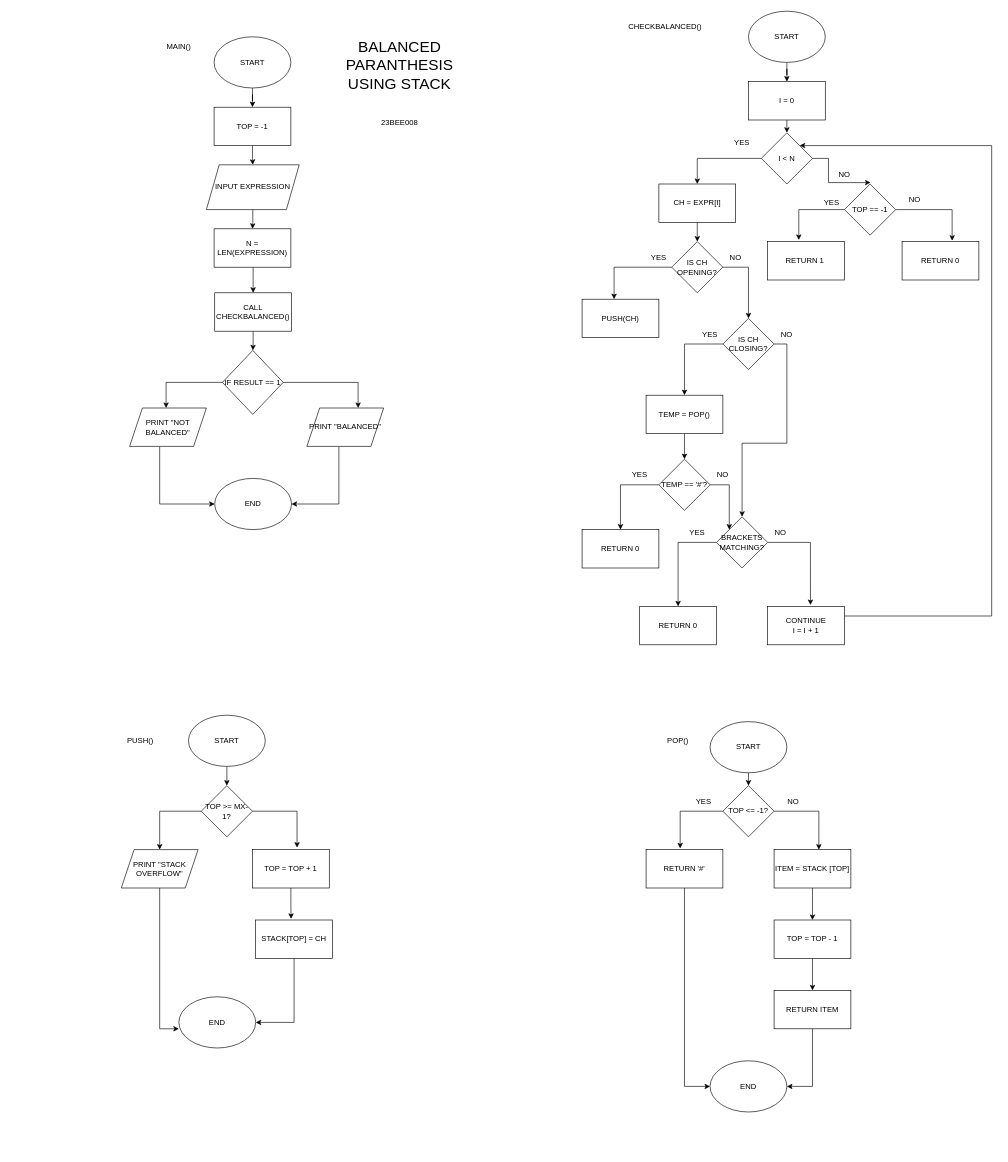
ahamril2265/DSA-LABS keeps this draw.io diagram as BALANCED_PARANTHESIS.drawio. Above is the earlier version. Source tidied: cells renumbered, new cells numbered last; positions are measured from the earlier drawing's top-left corner, leaving out a move shared by most shapes. Both pictures are drawn from the tidied source at 64%, with x=0, y=0 at pixel (121, 11).
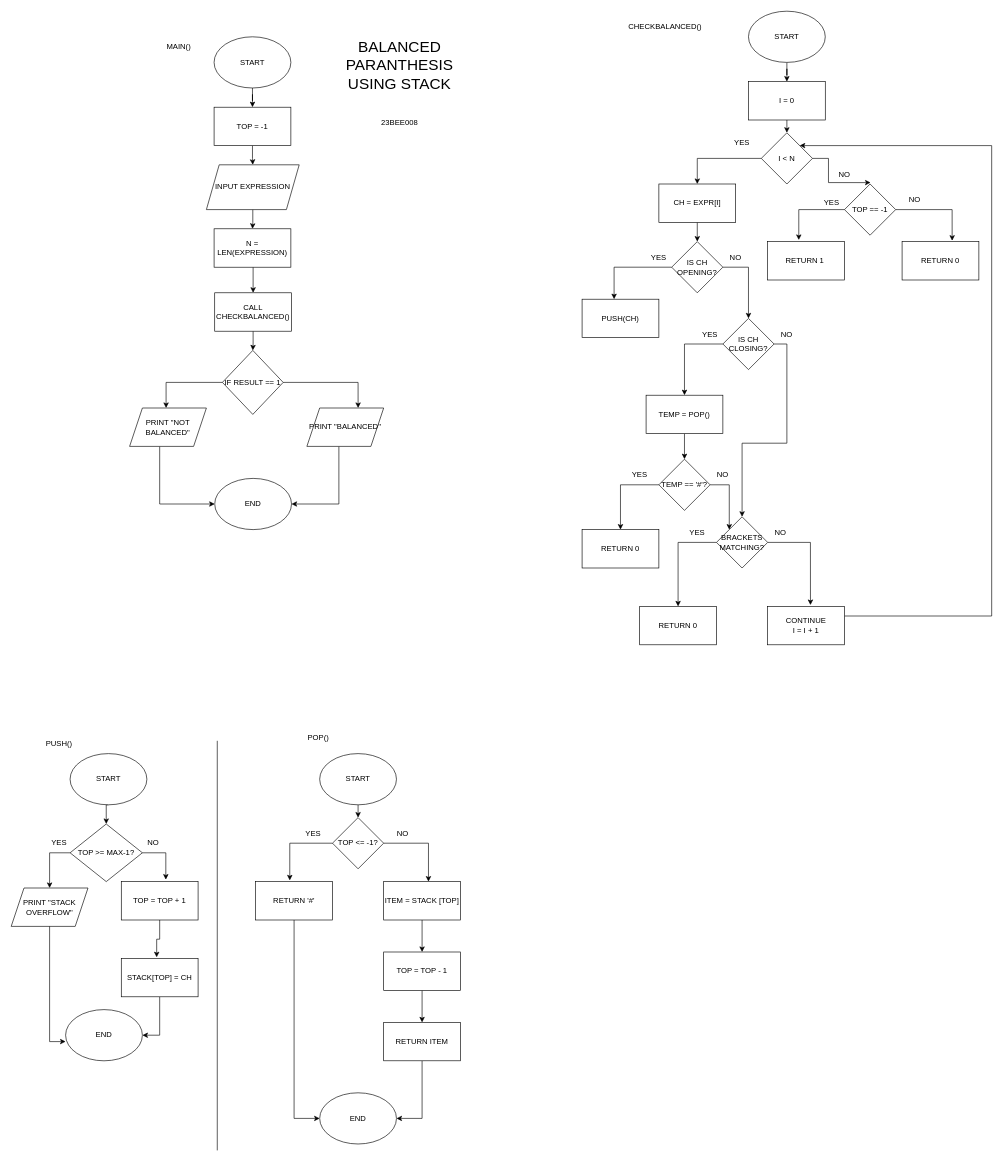
The same page after the edit.

Change to the diagram source:
```diff
@@
     <mxCell id="69" value="START" style="ellipse;whiteSpace=wrap;html=1;" parent="1" vertex="1">
-      <mxGeometry x="105" y="1100" width="120" height="80" as="geometry" />
+      <mxGeometry x="-80" y="1160" width="120" height="80" as="geometry" />
     </mxCell>
@@
-    <mxCell id="71" value="TOP &amp;gt;= MX-1?" style="rhombus;whiteSpace=wrap;html=1;" parent="1" vertex="1">
-      <mxGeometry x="125" y="1210" width="80" height="80" as="geometry" />
+    <mxCell id="71" value="TOP &amp;gt;= MAX-1?" style="rhombus;whiteSpace=wrap;html=1;" parent="1" vertex="1">
+      <mxGeometry x="-80" y="1270" width="113" height="90" as="geometry" />
     </mxCell>
     <mxCell id="72" value="PRINT &quot;STACK OVERFLOW&quot;" style="shape=parallelogram;perimeter=parallelogramPerimeter;whiteSpace=wrap;html=1;fixedSize=1;" parent="1" vertex="1">
-      <mxGeometry y="1310" width="120" height="60" as="geometry" />
+      <mxGeometry x="-172" y="1370" width="120" height="60" as="geometry" />
     </mxCell>
     <mxCell id="73" value="TOP = TOP + 1" style="rounded=0;whiteSpace=wrap;html=1;" parent="1" vertex="1">
-      <mxGeometry x="205" y="1310" width="120" height="60" as="geometry" />
+      <mxGeometry y="1360" width="120" height="60" as="geometry" />
     </mxCell>
@@
     <mxCell id="75" value="STACK[TOP] = CH" style="rounded=0;whiteSpace=wrap;html=1;" parent="1" vertex="1">
-      <mxGeometry x="210" y="1420" width="120" height="60" as="geometry" />
+      <mxGeometry y="1480" width="120" height="60" as="geometry" />
     </mxCell>
     <mxCell id="76" value="END" style="ellipse;whiteSpace=wrap;html=1;" parent="1" vertex="1">
-      <mxGeometry x="90" y="1540" width="120" height="80" as="geometry" />
+      <mxGeometry x="-87" y="1560" width="120" height="80" as="geometry" />
     </mxCell>
@@
     <mxCell id="80" value="PUSH()" style="text;html=1;whiteSpace=wrap;strokeColor=none;fillColor=none;align=center;verticalAlign=middle;rounded=0;" parent="1" vertex="1">
-      <mxGeometry y="1125" width="60" height="30" as="geometry" />
+      <mxGeometry x="-127" y="1130" width="60" height="30" as="geometry" />
     </mxCell>
@@
     <mxCell id="83" value="START" style="ellipse;whiteSpace=wrap;html=1;" parent="1" vertex="1">
-      <mxGeometry x="920" y="1110" width="120" height="80" as="geometry" />
+      <mxGeometry x="310" y="1160" width="120" height="80" as="geometry" />
     </mxCell>
     <mxCell id="84" value="TOP &amp;lt;= -1?" style="rhombus;whiteSpace=wrap;html=1;" parent="1" vertex="1">
-      <mxGeometry x="940" y="1210" width="80" height="80" as="geometry" />
+      <mxGeometry x="330" y="1260" width="80" height="80" as="geometry" />
     </mxCell>
@@
     <mxCell id="86" value="RETURN '#'" style="rounded=0;whiteSpace=wrap;html=1;" parent="1" vertex="1">
-      <mxGeometry x="820" y="1310" width="120" height="60" as="geometry" />
+      <mxGeometry x="210" y="1360" width="120" height="60" as="geometry" />
     </mxCell>
@@
     <mxCell id="88" value="ITEM = STACK [TOP]" style="rounded=0;whiteSpace=wrap;html=1;" parent="1" vertex="1">
-      <mxGeometry x="1020" y="1310" width="120" height="60" as="geometry" />
+      <mxGeometry x="410" y="1360" width="120" height="60" as="geometry" />
     </mxCell>
@@
     <mxCell id="90" value="TOP = TOP - 1" style="rounded=0;whiteSpace=wrap;html=1;" parent="1" vertex="1">
-      <mxGeometry x="1020" y="1420" width="120" height="60" as="geometry" />
+      <mxGeometry x="410" y="1470" width="120" height="60" as="geometry" />
     </mxCell>
@@
     <mxCell id="92" value="RETURN ITEM" style="rounded=0;whiteSpace=wrap;html=1;" parent="1" vertex="1">
-      <mxGeometry x="1020" y="1530" width="120" height="60" as="geometry" />
+      <mxGeometry x="410" y="1580" width="120" height="60" as="geometry" />
     </mxCell>
     <mxCell id="93" value="END" style="ellipse;whiteSpace=wrap;html=1;" parent="1" vertex="1">
-      <mxGeometry x="920" y="1640" width="120" height="80" as="geometry" />
+      <mxGeometry x="310" y="1690" width="120" height="80" as="geometry" />
     </mxCell>
@@
     <mxCell id="96" value="POP()" style="text;html=1;whiteSpace=wrap;strokeColor=none;fillColor=none;align=center;verticalAlign=middle;rounded=0;" parent="1" vertex="1">
-      <mxGeometry x="840" y="1125" width="60" height="30" as="geometry" />
+      <mxGeometry x="278" y="1120" width="60" height="30" as="geometry" />
     </mxCell>
     <mxCell id="97" value="YES" style="text;html=1;whiteSpace=wrap;strokeColor=none;fillColor=none;align=center;verticalAlign=middle;rounded=0;" parent="1" vertex="1">
-      <mxGeometry x="880" y="1220" width="60" height="30" as="geometry" />
+      <mxGeometry x="270" y="1270" width="60" height="30" as="geometry" />
     </mxCell>
     <mxCell id="98" value="NO" style="text;html=1;whiteSpace=wrap;strokeColor=none;fillColor=none;align=center;verticalAlign=middle;rounded=0;" parent="1" vertex="1">
-      <mxGeometry x="1020" y="1220" width="60" height="30" as="geometry" />
+      <mxGeometry x="410" y="1270" width="60" height="30" as="geometry" />
     </mxCell>
+    <mxCell id="99" style="endArrow=none;html=1;rounded=0;" parent="1" edge="1">
+      <mxGeometry relative="1" as="geometry">
+        <mxPoint x="150" y="1780" as="sourcePoint" />
+        <mxPoint x="150" y="1140" as="targetPoint" />
+      </mxGeometry>
+    </mxCell>
+    <mxCell id="100" value="YES" style="text;html=1;whiteSpace=wrap;strokeColor=none;fillColor=none;align=center;verticalAlign=middle;rounded=0;" parent="1" vertex="1">
+      <mxGeometry x="-127" y="1285" width="60" height="30" as="geometry" />
+    </mxCell>
+    <mxCell id="101" value="NO" style="text;html=1;whiteSpace=wrap;strokeColor=none;fillColor=none;align=center;verticalAlign=middle;rounded=0;" parent="1" vertex="1">
+      <mxGeometry x="20" y="1285" width="60" height="30" as="geometry" />
+    </mxCell>
```
